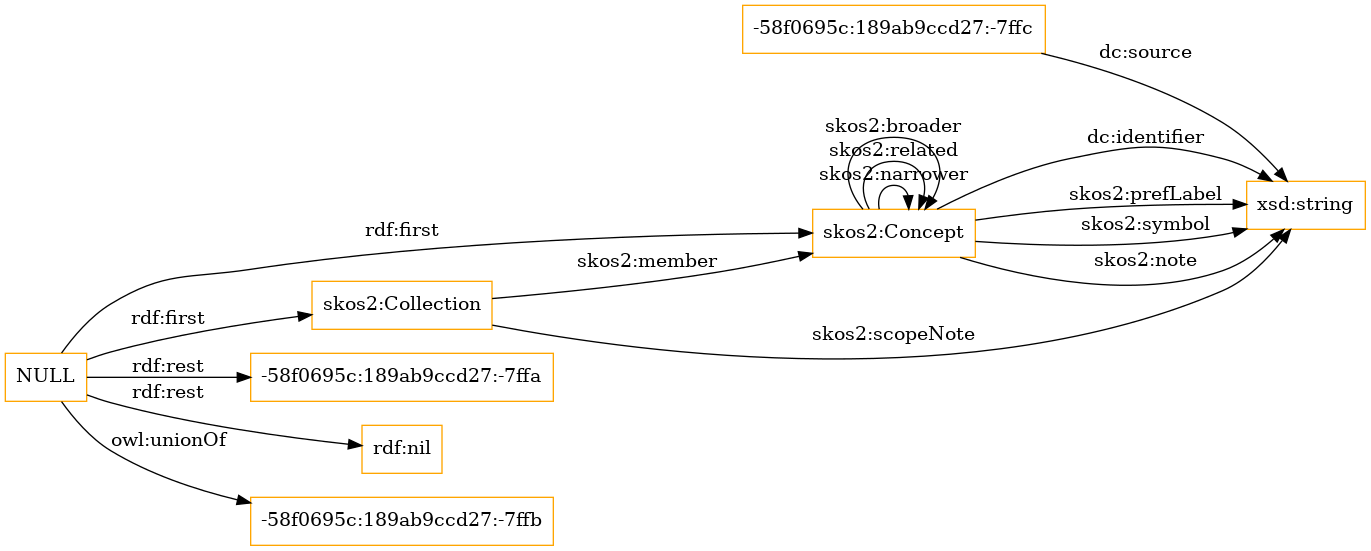
sergio10mwws/ontologias-demo keeps this Graphviz diagram as OnToology/ontologies/gftaxonomy.owl/diagrams/ar2dtool-class/gftaxonomy.owl.png. Above is the earlier version. Its source is kept beside it as OnToology/ontologies/gftaxonomy.owl/diagrams/ar2dtool-class/gftaxonomy.owl.png.dot.
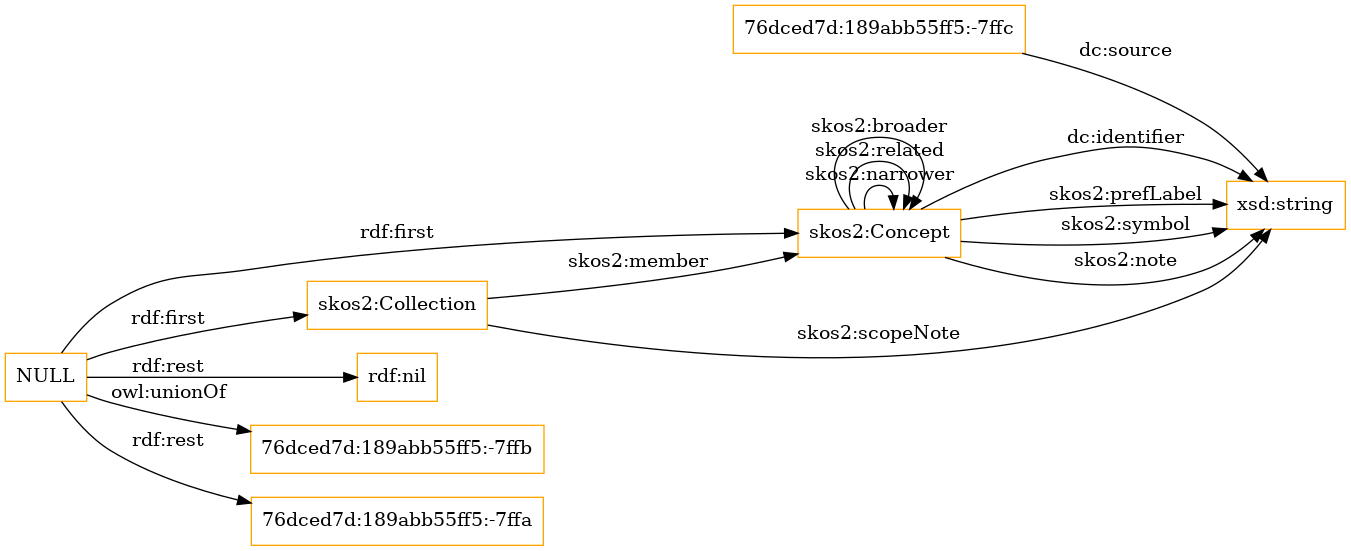
The same file after the commit.

Change to the diagram source:
```diff
@@ -1,12 +1,12 @@
 digraph ar2dtool_diagram {
 rankdir=LR;
 size="1501"
-node [shape = rectangle, color="orange"]; "-58f0695c:189ab9ccd27:-7ffc" "skos2:Concept" "skos2:Collection" ; /*classes style*/
-	"NULL" -> "-58f0695c:189ab9ccd27:-7ffa" [ label = "rdf:rest" ];
-	"NULL" -> "skos2:Collection" [ label = "rdf:first" ];
+node [shape = rectangle, color="orange"]; "76dced7d:189abb55ff5:-7ffc" "skos2:Concept" "skos2:Collection" ; /*classes style*/
 	"NULL" -> "rdf:nil" [ label = "rdf:rest" ];
 	"NULL" -> "skos2:Concept" [ label = "rdf:first" ];
-	"NULL" -> "-58f0695c:189ab9ccd27:-7ffb" [ label = "owl:unionOf" ];
+	"NULL" -> "76dced7d:189abb55ff5:-7ffb" [ label = "owl:unionOf" ];
+	"NULL" -> "76dced7d:189abb55ff5:-7ffa" [ label = "rdf:rest" ];
+	"NULL" -> "skos2:Collection" [ label = "rdf:first" ];
 	"skos2:Concept" -> "xsd:string" [ label = "dc:identifier" ];
 	"skos2:Concept" -> "xsd:string" [ label = "skos2:prefLabel" ];
 	"skos2:Concept" -> "skos2:Concept" [ label = "skos2:narrower" ];
@@ -16,6 +16,6 @@
 	"skos2:Collection" -> "skos2:Concept" [ label = "skos2:member" ];
 	"skos2:Collection" -> "xsd:string" [ label = "skos2:scopeNote" ];
 	"skos2:Concept" -> "skos2:Concept" [ label = "skos2:broader" ];
-	"-58f0695c:189ab9ccd27:-7ffc" -> "xsd:string" [ label = "dc:source" ];
+	"76dced7d:189abb55ff5:-7ffc" -> "xsd:string" [ label = "dc:source" ];
 
 }
```
